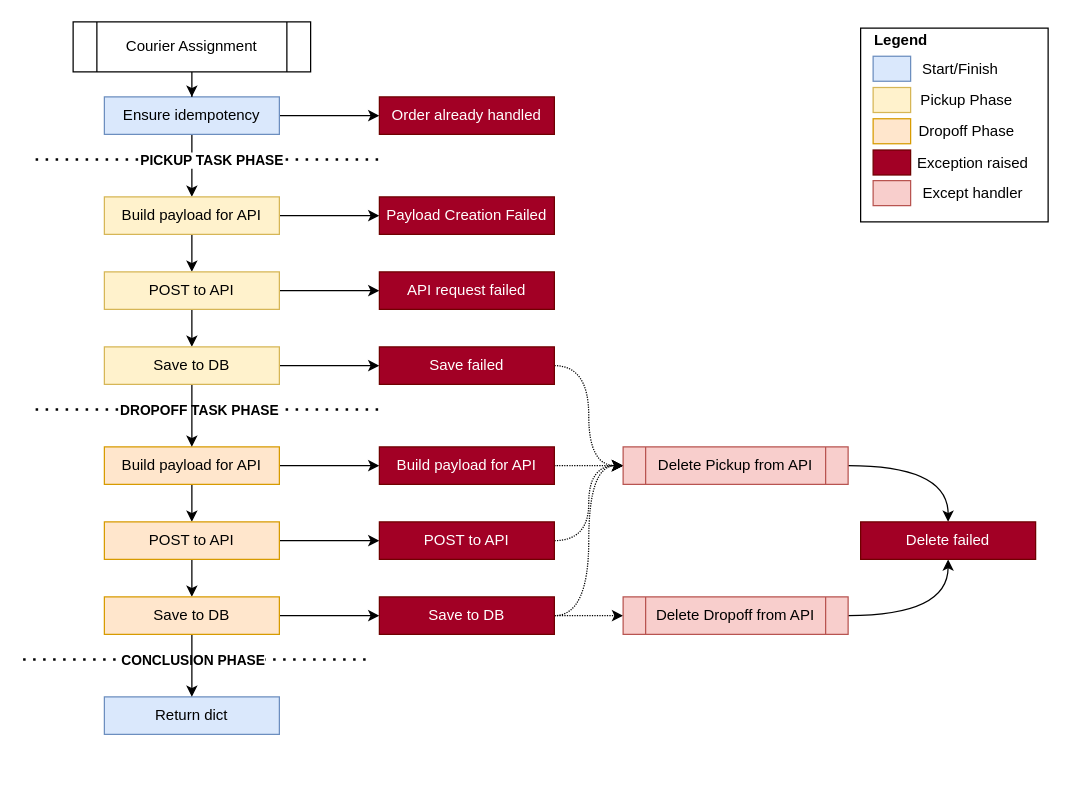
Earlier version of the draw.io diagram posts/2021/2021-07-18-exceptions-structure/diagrams.drawio (guilatrova/latrovacommits-articles). Source tidied: cells renumbered, new cells numbered last; positions are measured from the earlier drawing's top-left corner, leaving out a move shared by most shapes. Both pictures are drawn from the tidied source at 125%, with x=0, y=0 at pixel (22, 21).
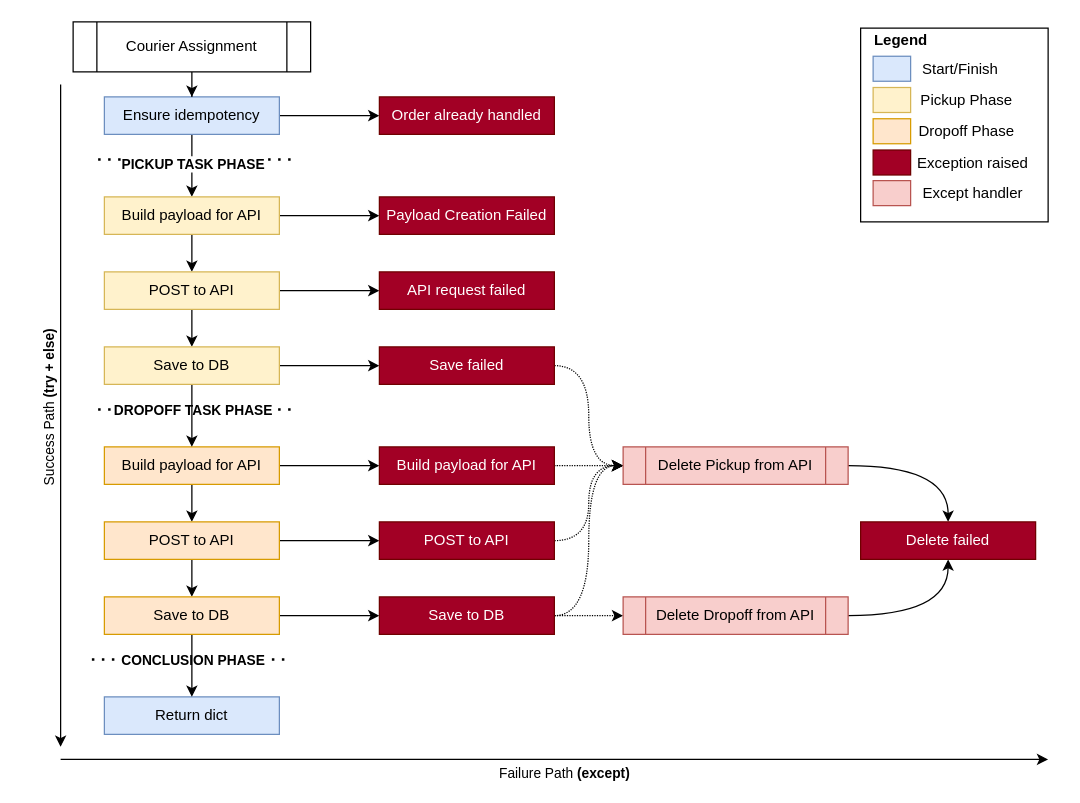
The same page after the edit.

Commit message (it also covers changes not shown here):
2021(structure-exceptions): add arrows and legend to diagram

Change to the diagram source:
```diff
@@
     <mxCell id="7" style="endArrow=none;dashed=1;html=1;dashPattern=1 3;strokeWidth=2;" parent="1" edge="1">
       <mxGeometry relative="1" as="geometry">
-        <mxPoint x="10" y="110" as="sourcePoint" />
-        <mxPoint x="290" y="110" as="targetPoint" />
+        <mxPoint x="60" y="110" as="sourcePoint" />
+        <mxPoint x="220" y="110" as="targetPoint" />
       </mxGeometry>
     </mxCell>
     <mxCell id="8" value="&lt;b&gt;PICKUP TASK PHASE&lt;/b&gt;" style="edgeLabel;html=1;align=center;verticalAlign=middle;" parent="7" vertex="1">
       <mxGeometry x="0.19" relative="1" as="geometry">
-        <mxPoint x="-27" as="offset" />
+        <mxPoint x="-20" y="3" as="offset" />
       </mxGeometry>
     </mxCell>
@@
     <mxCell id="22" style="endArrow=none;dashed=1;html=1;dashPattern=1 3;strokeWidth=2;" parent="1" edge="1">
       <mxGeometry relative="1" as="geometry">
-        <mxPoint x="10" y="310" as="sourcePoint" />
-        <mxPoint x="290" y="310" as="targetPoint" />
+        <mxPoint x="60" y="310" as="sourcePoint" />
+        <mxPoint x="220" y="310" as="targetPoint" />
       </mxGeometry>
     </mxCell>
     <mxCell id="23" value="&lt;b&gt;DROPOFF TASK PHASE&lt;/b&gt;" style="edgeLabel;html=1;align=center;verticalAlign=middle;" parent="22" vertex="1">
       <mxGeometry x="0.19" relative="1" as="geometry">
-        <mxPoint x="-37" as="offset" />
+        <mxPoint x="-20" as="offset" />
       </mxGeometry>
     </mxCell>
     <mxCell id="24" style="endArrow=none;dashed=1;html=1;dashPattern=1 3;strokeWidth=2;" parent="1" edge="1">
       <mxGeometry relative="1" as="geometry">
-        <mxPoint y="510" as="sourcePoint" />
-        <mxPoint x="280" y="510" as="targetPoint" />
+        <mxPoint x="55" y="510" as="sourcePoint" />
+        <mxPoint x="215" y="510" as="targetPoint" />
       </mxGeometry>
     </mxCell>
     <mxCell id="25" value="&lt;b style=&quot;background-color: rgb(255 , 255 , 255)&quot;&gt;CONCLUSION PHASE&lt;/b&gt;" style="edgeLabel;html=1;align=center;verticalAlign=middle;" parent="24" vertex="1">
       <mxGeometry x="0.19" relative="1" as="geometry">
-        <mxPoint x="-32" as="offset" />
+        <mxPoint x="-15" as="offset" />
       </mxGeometry>
     </mxCell>
@@
+    <mxCell id="62" style="endArrow=classic;html=1;" parent="1" edge="1">
+      <mxGeometry relative="1" as="geometry">
+        <mxPoint x="30" y="50" as="sourcePoint" />
+        <mxPoint x="30" y="580" as="targetPoint" />
+      </mxGeometry>
+    </mxCell>
+    <mxCell id="63" value="Success Path &lt;b&gt;(try + else)&lt;/b&gt;" style="edgeLabel;html=1;align=center;verticalAlign=middle;rotation=270;" parent="62" vertex="1">
+      <mxGeometry x="0.08" y="-1" relative="1" as="geometry">
+        <mxPoint x="-9" y="-26" as="offset" />
+      </mxGeometry>
+    </mxCell>
+    <mxCell id="64" style="endArrow=classic;html=1;" parent="1" edge="1">
+      <mxGeometry relative="1" as="geometry">
+        <mxPoint x="30" y="590" as="sourcePoint" />
+        <mxPoint x="820" y="590" as="targetPoint" />
+      </mxGeometry>
+    </mxCell>
+    <mxCell id="65" value="Failure Path &lt;b&gt;(except)&lt;/b&gt;" style="edgeLabel;html=1;align=center;verticalAlign=middle;" parent="64" vertex="1">
+      <mxGeometry x="-0.14" y="2" relative="1" as="geometry">
+        <mxPoint x="62" y="12" as="offset" />
+      </mxGeometry>
+    </mxCell>
```
